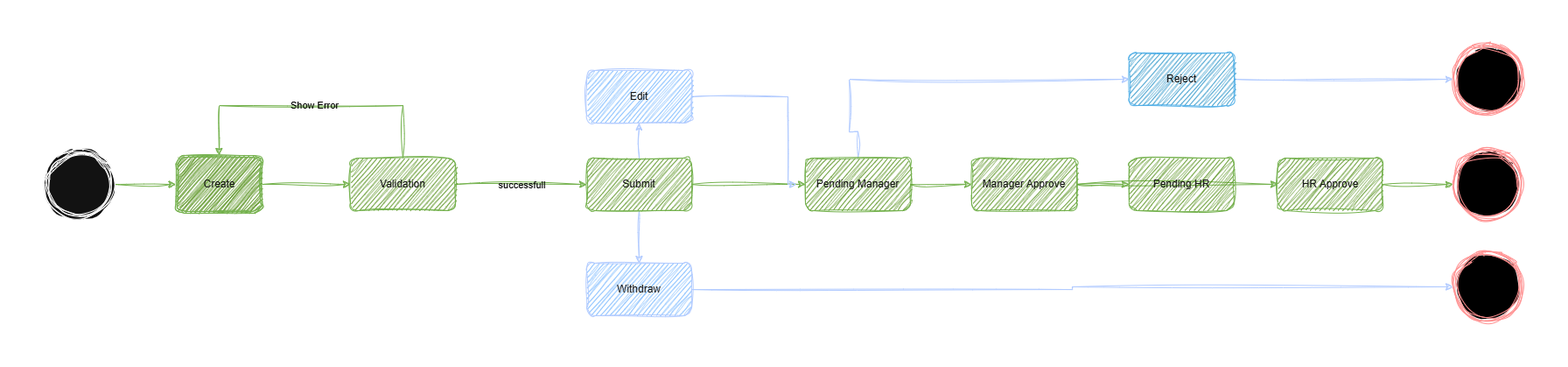
Before: State_Machine_Diagram/State_machine_diagram.png, a diagram exported from draw.io (tahermostafafarghal/Vacation-Tracking-System). Source tidied: cells renumbered, new cells last; positions are measured from the earlier drawing's top-left corner, leaving out a move shared by most shapes.
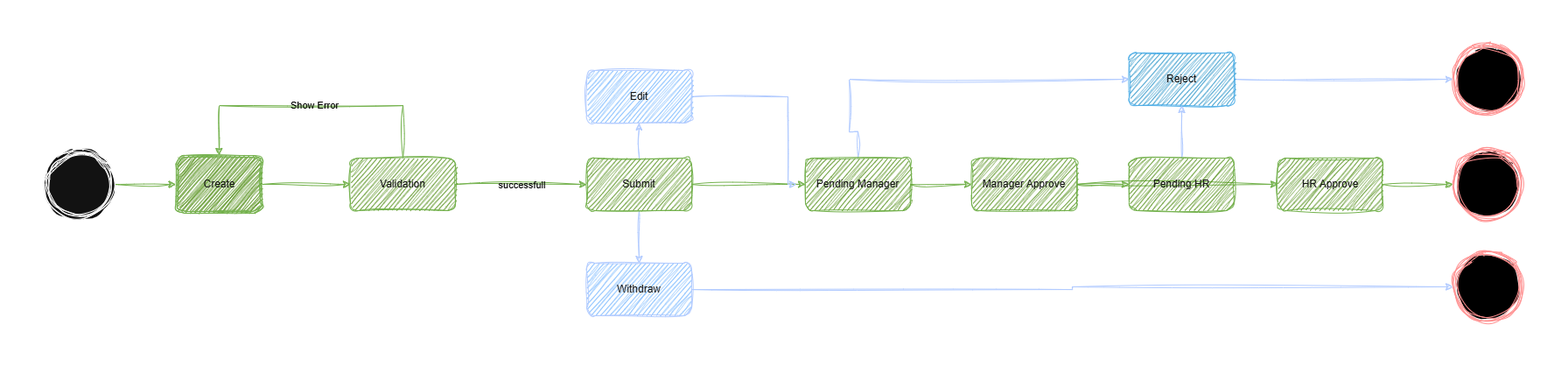
The same file after the commit.

What changed in the source:
```diff
@@ -78,7 +78,7 @@
     <mxCell id="22" value="Reject" style="whiteSpace=wrap;html=1;rounded=1;sketch=1;curveFitting=1;jiggle=2;fillColor=#1ba1e2;fontColor=#ffffff;strokeColor=#006EAF;" parent="1" vertex="1">
       <mxGeometry x="1240" y="10" width="120" height="60" as="geometry" />
     </mxCell>
-    <mxCell id="23" style="edgeStyle=orthogonalEdgeStyle;rounded=0;jettySize=auto;html=1;sketch=1;curveFitting=1;jiggle=2;" parent="1" edge="1" source="24" target="22">
+    <mxCell id="23" style="edgeStyle=orthogonalEdgeStyle;rounded=0;jettySize=auto;html=1;sketch=1;curveFitting=1;jiggle=2;fillColor=#0050ef;strokeColor=#001DBC;" parent="1" edge="1" source="24" target="22">
       <mxGeometry relative="1" as="geometry" />
     </mxCell>
     <mxCell id="24" value="Pending HR" style="whiteSpace=wrap;html=1;rounded=1;sketch=1;curveFitting=1;jiggle=2;fillColor=#60a917;fontColor=#ffffff;strokeColor=#2D7600;" parent="1" vertex="1">
```
